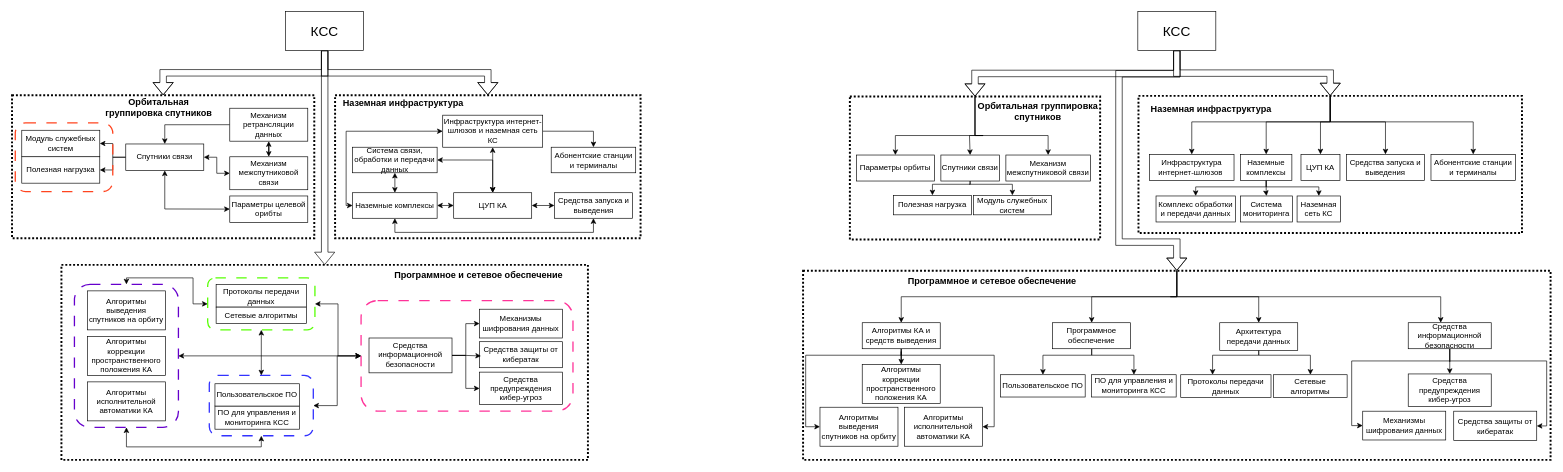
Earlier version of the draw.io diagram Диаграмма без названия.drawio (ilyasoloma/draw-io-graphs). Source tidied: cells renumbered, new cells numbered last; positions are measured from the earlier drawing's top-left corner, leaving out a move shared by most shapes. Both pictures are drawn from the tidied source at 65%, with x=0, y=0 at pixel (12, 11).
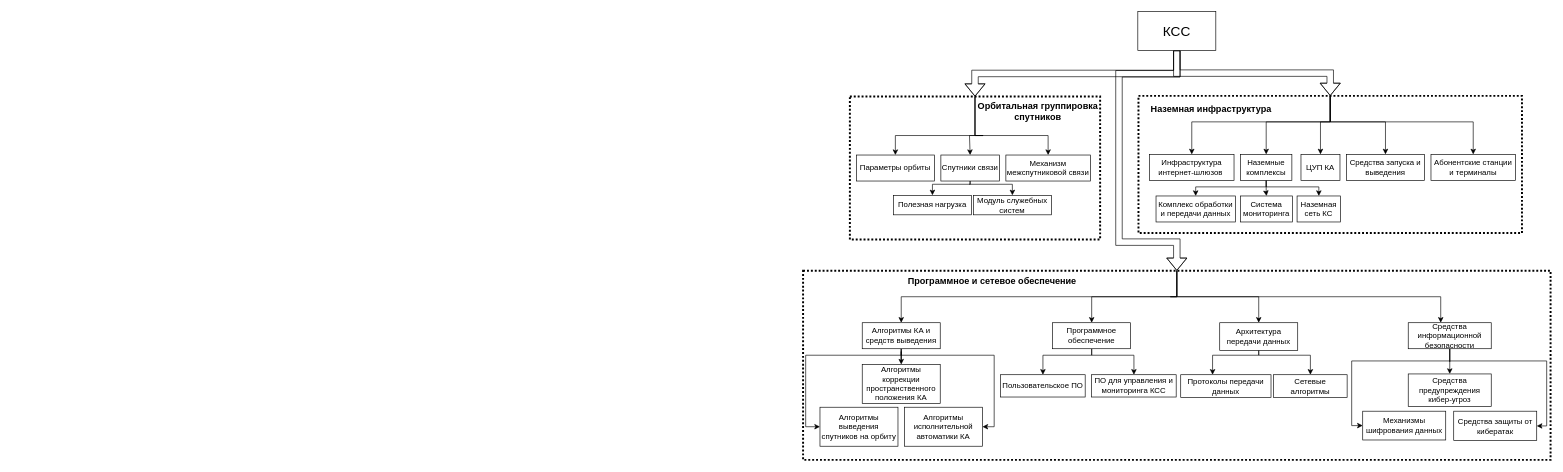
Above is the later version.

Change to the diagram source:
```diff
@@
-    <mxCell id="2" style="group;strokeWidth=4;" parent="1" vertex="1">
-      <mxGeometry x="497" y="129" width="470" height="220" as="geometry" />
-    </mxCell>
-    <mxCell id="3" style="rounded=0;whiteSpace=wrap;html=1;fillColor=none;dashed=1;dashPattern=1 1;strokeWidth=3;" parent="2" vertex="1">
-      <mxGeometry width="470" height="220" as="geometry" />
-    </mxCell>
-    <mxCell id="4" value="&lt;b&gt;&lt;font style=&quot;font-size: 14px;&quot;&gt;Наземная инфраструктура&lt;/font&gt;&lt;/b&gt;" style="rounded=0;whiteSpace=wrap;html=1;fillColor=none;strokeColor=none;" parent="2" vertex="1">
-      <mxGeometry x="10" width="190" height="23.6" as="geometry" />
-    </mxCell>
-    <mxCell id="5" value="ЦУП КА" style="rounded=0;whiteSpace=wrap;html=1;" parent="2" vertex="1">
-      <mxGeometry x="182.5" y="150" width="120" height="39.3" as="geometry" />
-    </mxCell>
-    <mxCell id="6" value="Наземные комплексы" style="rounded=0;whiteSpace=wrap;html=1;" parent="2" vertex="1">
-      <mxGeometry x="27" y="150" width="130" height="39.3" as="geometry" />
-    </mxCell>
-    <mxCell id="7" style="edgeStyle=orthogonalEdgeStyle;rounded=0;jettySize=auto;html=1;exitX=1;exitY=0.5;exitDx=0;exitDy=0;entryX=0.5;entryY=0;entryDx=0;entryDy=0;" parent="2" edge="1" source="8" target="9">
-      <mxGeometry relative="1" as="geometry" />
-    </mxCell>
-    <mxCell id="8" value="Инфраструктура интернет-шлюзов и наземная сеть КС" style="rounded=0;whiteSpace=wrap;html=1;" parent="2" vertex="1">
-      <mxGeometry x="165.6" y="30.7" width="153.8" height="49.3" as="geometry" />
-    </mxCell>
-    <mxCell id="9" value="Абонентские станции и терминалы" style="rounded=0;whiteSpace=wrap;html=1;" parent="2" vertex="1">
-      <mxGeometry x="332.5" y="80" width="130" height="39.3" as="geometry" />
-    </mxCell>
-    <mxCell id="10" value="Средства запуска и выведения" style="rounded=0;whiteSpace=wrap;html=1;" parent="2" vertex="1">
-      <mxGeometry x="337.5" y="150" width="120" height="39.3" as="geometry" />
-    </mxCell>
-    <mxCell id="11" style="endArrow=classic;startArrow=classic;html=1;rounded=0;entryX=0.5;entryY=0;entryDx=0;entryDy=0;exitX=0.5;exitY=1;exitDx=0;exitDy=0;" parent="2" edge="1" source="8" target="5">
-      <mxGeometry relative="1" as="geometry" />
-    </mxCell>
-    <mxCell id="12" style="endArrow=classic;startArrow=classic;html=1;rounded=0;entryX=1;entryY=0.5;entryDx=0;entryDy=0;exitX=0;exitY=0.5;exitDx=0;exitDy=0;" parent="2" edge="1" source="5" target="6">
-      <mxGeometry relative="1" as="geometry" />
-    </mxCell>
-    <mxCell id="13" style="endArrow=classic;startArrow=classic;html=1;rounded=0;entryX=0;entryY=0.5;entryDx=0;entryDy=0;exitX=1;exitY=0.5;exitDx=0;exitDy=0;" parent="2" edge="1" source="5" target="10">
-      <mxGeometry relative="1" as="geometry" />
-    </mxCell>
-    <mxCell id="14" value="Система связи, обработки и передачи данных" style="rounded=0;whiteSpace=wrap;html=1;" parent="2" vertex="1">
-      <mxGeometry x="27" y="80" width="130" height="39.3" as="geometry" />
-    </mxCell>
-    <mxCell id="15" style="endArrow=classic;startArrow=classic;html=1;rounded=0;exitX=1;exitY=0.5;exitDx=0;exitDy=0;entryX=0.5;entryY=0;entryDx=0;entryDy=0;edgeStyle=orthogonalEdgeStyle;" parent="2" edge="1" source="14" target="5">
-      <mxGeometry relative="1" as="geometry" />
-    </mxCell>
-    <mxCell id="16" style="endArrow=classic;startArrow=classic;html=1;rounded=0;entryX=0.5;entryY=1;entryDx=0;entryDy=0;exitX=0.5;exitY=0;exitDx=0;exitDy=0;" parent="2" edge="1" source="6" target="14">
-      <mxGeometry relative="1" as="geometry" />
-    </mxCell>
-    <mxCell id="17" style="endArrow=classic;startArrow=classic;html=1;rounded=0;entryX=0;entryY=0.5;entryDx=0;entryDy=0;exitX=0;exitY=0.5;exitDx=0;exitDy=0;edgeStyle=orthogonalEdgeStyle;" parent="2" edge="1" source="6" target="8">
-      <mxGeometry relative="1" as="geometry" />
-    </mxCell>
-    <mxCell id="18" style="endArrow=classic;startArrow=classic;html=1;rounded=0;entryX=0.5;entryY=1;entryDx=0;entryDy=0;exitX=0.5;exitY=1;exitDx=0;exitDy=0;edgeStyle=orthogonalEdgeStyle;" parent="2" edge="1" source="6" target="10">
-      <mxGeometry relative="1" as="geometry">
-        <Array as="points">
-          <mxPoint x="92" y="211" />
-          <mxPoint x="398" y="211" />
-        </Array>
-      </mxGeometry>
-    </mxCell>
-    <mxCell id="19" style="group;" parent="1" vertex="1">
-      <mxGeometry x="76" y="390" width="810" height="300" as="geometry" />
-    </mxCell>
-    <mxCell id="20" style="group;" parent="19" vertex="1">
-      <mxGeometry width="810" height="300" as="geometry" />
-    </mxCell>
-    <mxCell id="21" style="rounded=0;whiteSpace=wrap;html=1;fillColor=none;dashed=1;dashPattern=1 1;strokeWidth=3;" parent="20" vertex="1">
-      <mxGeometry width="810" height="300" as="geometry" />
-    </mxCell>
-    <mxCell id="22" value="&lt;b&gt;&lt;font style=&quot;font-size: 14px;&quot;&gt;Программное и сетевое обеспечение&lt;/font&gt;&lt;/b&gt;" style="rounded=0;whiteSpace=wrap;html=1;fillColor=none;strokeColor=none;" parent="20" vertex="1">
-      <mxGeometry x="511" width="261.6" height="32.1" as="geometry" />
-    </mxCell>
-    <mxCell id="23" style="group;" parent="19" vertex="1">
-      <mxGeometry x="20" y="30" width="160" height="220" as="geometry" />
-    </mxCell>
-    <mxCell id="24" style="rounded=1;whiteSpace=wrap;html=1;fillColor=none;strokeColor=#6600CC;strokeWidth=2;dashed=1;dashPattern=8 8;" parent="23" vertex="1">
-      <mxGeometry width="160" height="220" as="geometry" />
-    </mxCell>
-    <mxCell id="25" value="Алгоритмы выведения спутников на орбиту" style="rounded=0;whiteSpace=wrap;html=1;" parent="23" vertex="1">
-      <mxGeometry x="20" y="10" width="120" height="60" as="geometry" />
-    </mxCell>
-    <mxCell id="26" value="Алгоритмы коррекции пространственного положения КА" style="rounded=0;whiteSpace=wrap;html=1;" parent="23" vertex="1">
-      <mxGeometry x="20" y="80" width="120" height="60" as="geometry" />
-    </mxCell>
-    <mxCell id="27" value="Алгоритмы исполнительной автоматики КА" style="rounded=0;whiteSpace=wrap;html=1;" parent="23" vertex="1">
-      <mxGeometry x="20" y="150" width="120" height="60" as="geometry" />
-    </mxCell>
-    <mxCell id="28" style="group;" parent="19" vertex="1">
-      <mxGeometry x="225" y="170" width="162.5" height="92.9" as="geometry" />
-    </mxCell>
-    <mxCell id="29" style="rounded=1;whiteSpace=wrap;html=1;dashed=1;strokeColor=#3333FF;fillColor=none;dashPattern=8 8;strokeWidth=2;" parent="28" vertex="1">
-      <mxGeometry x="2.5" width="160" height="92.9" as="geometry" />
-    </mxCell>
-    <mxCell id="30" value="ПО для управления и мониторинга КСС" style="rounded=0;whiteSpace=wrap;html=1;" parent="28" vertex="1">
-      <mxGeometry x="11.2" y="47.1" width="130" height="35.7" as="geometry" />
-    </mxCell>
-    <mxCell id="31" value="Пользовательское ПО" style="rounded=0;whiteSpace=wrap;html=1;" parent="28" vertex="1">
-      <mxGeometry x="11.2" y="12.9" width="130" height="34.3" as="geometry" />
-    </mxCell>
-    <mxCell id="32" style="endArrow=classic;startArrow=classic;html=1;rounded=0;exitX=0.5;exitY=0;exitDx=0;exitDy=0;entryX=0.5;entryY=1;entryDx=0;entryDy=0;" parent="19" edge="1" source="29" target="34">
-      <mxGeometry relative="1" as="geometry" />
-    </mxCell>
-    <mxCell id="33" style="edgeStyle=orthogonalEdgeStyle;rounded=0;jettySize=auto;html=1;entryX=0;entryY=0.5;entryDx=0;entryDy=0;startArrow=classic;startFill=1;" parent="19" edge="1" source="34" target="38">
-      <mxGeometry relative="1" as="geometry" />
-    </mxCell>
-    <mxCell id="34" style="rounded=1;whiteSpace=wrap;html=1;fillColor=none;strokeColor=#58FF05;strokeWidth=2;dashed=1;dashPattern=8 8;" parent="19" vertex="1">
-      <mxGeometry x="225" y="20" width="165" height="80" as="geometry" />
-    </mxCell>
-    <mxCell id="35" value="Протоколы передачи данных" style="rounded=0;whiteSpace=wrap;html=1;" parent="19" vertex="1">
-      <mxGeometry x="238" y="30" width="138.9" height="35" as="geometry" />
-    </mxCell>
-    <mxCell id="36" value="Сетевые алгоритмы" style="rounded=0;whiteSpace=wrap;html=1;" parent="19" vertex="1">
-      <mxGeometry x="238" y="65" width="138.9" height="25" as="geometry" />
-    </mxCell>
-    <mxCell id="37" style="group;" parent="19" vertex="1">
-      <mxGeometry x="461" y="55" width="326" height="170" as="geometry" />
-    </mxCell>
-    <mxCell id="38" style="rounded=1;whiteSpace=wrap;html=1;gradientColor=none;fillColor=none;strokeWidth=2;dashed=1;strokeColor=#FF3399;dashPattern=8 8;" parent="37" vertex="1">
-      <mxGeometry width="326" height="170" as="geometry" />
-    </mxCell>
-    <mxCell id="39" value="Механизмы шифрования данных" style="whiteSpace=wrap;html=1;rounded=0;" parent="37" vertex="1">
-      <mxGeometry x="182.3" y="13.2" width="127.7" height="44.3" as="geometry" />
-    </mxCell>
-    <mxCell id="40" value="Средства защиты от кибератак" style="whiteSpace=wrap;html=1;rounded=0;" parent="37" vertex="1">
-      <mxGeometry x="182.3" y="63.2" width="127.7" height="40" as="geometry" />
-    </mxCell>
-    <mxCell id="41" style="edgeStyle=orthogonalEdgeStyle;rounded=0;jettySize=auto;html=1;entryX=0;entryY=0.5;entryDx=0;entryDy=0;" parent="37" edge="1" source="43" target="44">
-      <mxGeometry relative="1" as="geometry" />
-    </mxCell>
-    <mxCell id="42" style="edgeStyle=orthogonalEdgeStyle;rounded=0;jettySize=auto;html=1;entryX=0;entryY=0.5;entryDx=0;entryDy=0;" parent="37" edge="1" source="43" target="39">
-      <mxGeometry relative="1" as="geometry" />
-    </mxCell>
-    <mxCell id="43" value="Средства информационной безопасности" style="rounded=0;whiteSpace=wrap;html=1;" parent="37" vertex="1">
-      <mxGeometry x="12.2" y="57.5" width="127.7" height="53.6" as="geometry" />
-    </mxCell>
-    <mxCell id="44" value="Средства предупреждения кибер-угроз" style="whiteSpace=wrap;html=1;rounded=0;" parent="37" vertex="1">
-      <mxGeometry x="182.3" y="110" width="127.7" height="50" as="geometry" />
-    </mxCell>
-    <mxCell id="45" style="edgeStyle=orthogonalEdgeStyle;rounded=0;jettySize=auto;html=1;entryX=0.017;entryY=0.548;entryDx=0;entryDy=0;entryPerimeter=0;" parent="37" edge="1" source="43" target="40">
-      <mxGeometry relative="1" as="geometry" />
-    </mxCell>
-    <mxCell id="46" style="edgeStyle=orthogonalEdgeStyle;rounded=0;jettySize=auto;html=1;entryX=0;entryY=0.5;entryDx=0;entryDy=0;startArrow=classic;startFill=1;" parent="19" edge="1" source="29" target="38">
-      <mxGeometry relative="1" as="geometry" />
-    </mxCell>
-    <mxCell id="47" style="endArrow=classic;startArrow=classic;html=1;rounded=0;entryX=0;entryY=0.5;entryDx=0;entryDy=0;exitX=0.5;exitY=0;exitDx=0;exitDy=0;edgeStyle=orthogonalEdgeStyle;" parent="19" edge="1" source="24" target="34">
-      <mxGeometry relative="1" as="geometry" />
-    </mxCell>
-    <mxCell id="48" style="endArrow=classic;startArrow=classic;html=1;rounded=0;entryX=0.5;entryY=1;entryDx=0;entryDy=0;exitX=0.5;exitY=1;exitDx=0;exitDy=0;edgeStyle=orthogonalEdgeStyle;" parent="19" edge="1" source="24" target="29">
-      <mxGeometry relative="1" as="geometry">
-        <Array as="points">
-          <mxPoint x="100" y="280" />
-          <mxPoint x="307" y="280" />
-        </Array>
-      </mxGeometry>
-    </mxCell>
-    <mxCell id="49" style="endArrow=classic;startArrow=classic;html=1;rounded=0;exitX=1;exitY=0.5;exitDx=0;exitDy=0;entryX=0;entryY=0.5;entryDx=0;entryDy=0;" parent="19" edge="1" source="24" target="38">
-      <mxGeometry relative="1" as="geometry" />
-    </mxCell>
-    <mxCell id="50" style="group;strokeWidth=4;" parent="1" vertex="1">
-      <mxGeometry y="129" width="465" height="220" as="geometry" />
-    </mxCell>
-    <mxCell id="51" value="Полезная нагрузка" style="rounded=0;whiteSpace=wrap;html=1;" parent="50" vertex="1">
-      <mxGeometry x="15" y="94.6" width="120" height="40.7" as="geometry" />
-    </mxCell>
-    <mxCell id="52" value="Модуль служебных систем" style="rounded=0;whiteSpace=wrap;html=1;" parent="50" vertex="1">
-      <mxGeometry x="15" y="53.9" width="120" height="40.7" as="geometry" />
-    </mxCell>
-    <mxCell id="53" style="endArrow=classic;startArrow=classic;html=1;rounded=0;entryX=0.5;entryY=1;entryDx=0;entryDy=0;" parent="50" edge="1" source="57" target="60">
-      <mxGeometry relative="1" as="geometry">
-        <Array as="points">
-          <mxPoint x="235" y="175" />
-        </Array>
-      </mxGeometry>
-    </mxCell>
-    <mxCell id="54" style="edgeStyle=orthogonalEdgeStyle;rounded=0;jettySize=auto;html=1;" parent="50" edge="1" source="60" target="51">
-      <mxGeometry relative="1" as="geometry" />
-    </mxCell>
-    <mxCell id="55" style="edgeStyle=orthogonalEdgeStyle;rounded=0;jettySize=auto;html=1;entryX=1;entryY=0.5;entryDx=0;entryDy=0;" parent="50" edge="1" source="60" target="52">
-      <mxGeometry relative="1" as="geometry" />
-    </mxCell>
-    <mxCell id="56" style="endArrow=classic;startArrow=classic;html=1;rounded=0;entryX=0;entryY=0.5;entryDx=0;entryDy=0;exitX=1;exitY=0.5;exitDx=0;exitDy=0;edgeStyle=orthogonalEdgeStyle;" parent="50" edge="1" source="60" target="59">
-      <mxGeometry relative="1" as="geometry" />
-    </mxCell>
-    <mxCell id="57" value="Параметры целевой орибты" style="rounded=0;whiteSpace=wrap;html=1;" parent="50" vertex="1">
-      <mxGeometry x="335" y="155" width="120" height="40.7" as="geometry" />
-    </mxCell>
-    <mxCell id="58" style="edgeStyle=orthogonalEdgeStyle;rounded=0;jettySize=auto;html=1;exitX=0.5;exitY=0;exitDx=0;exitDy=0;startArrow=classic;startFill=1;" parent="50" edge="1" source="59" target="62">
-      <mxGeometry relative="1" as="geometry" />
-    </mxCell>
-    <mxCell id="59" value="Механизм межспутниковой связи" style="rounded=0;whiteSpace=wrap;html=1;" parent="50" vertex="1">
-      <mxGeometry x="335" y="94.7" width="120" height="50.7" as="geometry" />
-    </mxCell>
-    <mxCell id="60" value="Спутники связи" style="rounded=0;whiteSpace=wrap;html=1;" parent="50" vertex="1">
-      <mxGeometry x="175" y="75" width="120" height="40.7" as="geometry" />
-    </mxCell>
-    <mxCell id="61" style="edgeStyle=orthogonalEdgeStyle;rounded=0;jettySize=auto;html=1;exitX=0;exitY=0.5;exitDx=0;exitDy=0;" parent="50" edge="1" source="62" target="60">
-      <mxGeometry relative="1" as="geometry" />
-    </mxCell>
-    <mxCell id="62" value="Механизм ретрансляции данных" style="rounded=0;whiteSpace=wrap;html=1;" parent="50" vertex="1">
-      <mxGeometry x="335" y="20" width="120" height="50.7" as="geometry" />
-    </mxCell>
-    <mxCell id="63" style="rounded=0;whiteSpace=wrap;html=1;fillColor=none;dashed=1;dashPattern=1 1;strokeWidth=3;" parent="50" vertex="1">
-      <mxGeometry width="465" height="220" as="geometry" />
-    </mxCell>
-    <mxCell id="64" style="rounded=1;whiteSpace=wrap;html=1;fillColor=none;strokeColor=#FF441F;strokeWidth=2;dashed=1;dashPattern=8 8;" parent="50" vertex="1">
-      <mxGeometry x="5" y="42.5" width="150" height="105.7" as="geometry" />
-    </mxCell>
-    <mxCell id="65" value="&lt;b&gt;&lt;font style=&quot;font-size: 14px;&quot;&gt;Орбитальная группировка спутников&lt;/font&gt;&lt;/b&gt;" style="rounded=0;whiteSpace=wrap;html=1;fillColor=none;strokeColor=none;" parent="50" vertex="1">
-      <mxGeometry x="141" y="9" width="170" height="20.4" as="geometry" />
-    </mxCell>
-    <mxCell id="66" style="edgeStyle=orthogonalEdgeStyle;rounded=0;jettySize=auto;html=1;startArrow=none;startFill=0;shape=flexArrow;" parent="1" edge="1" source="69" target="21">
-      <mxGeometry relative="1" as="geometry" />
-    </mxCell>
-    <mxCell id="67" style="edgeStyle=orthogonalEdgeStyle;rounded=0;jettySize=auto;html=1;exitX=0.5;exitY=1;exitDx=0;exitDy=0;entryX=0.5;entryY=0;entryDx=0;entryDy=0;shape=flexArrow;" parent="1" edge="1" source="69" target="63">
-      <mxGeometry relative="1" as="geometry" />
-    </mxCell>
-    <mxCell id="68" style="edgeStyle=orthogonalEdgeStyle;rounded=0;jettySize=auto;html=1;exitX=0.5;exitY=1;exitDx=0;exitDy=0;entryX=0.5;entryY=0;entryDx=0;entryDy=0;shape=flexArrow;" parent="1" edge="1" source="69" target="3">
-      <mxGeometry relative="1" as="geometry" />
-    </mxCell>
-    <mxCell id="69" value="&lt;font style=&quot;font-size: 21px;&quot;&gt;КСС&lt;/font&gt;" style="rounded=0;whiteSpace=wrap;html=1;" parent="1" vertex="1">
-      <mxGeometry x="421" width="120" height="60" as="geometry" />
-    </mxCell>
```
